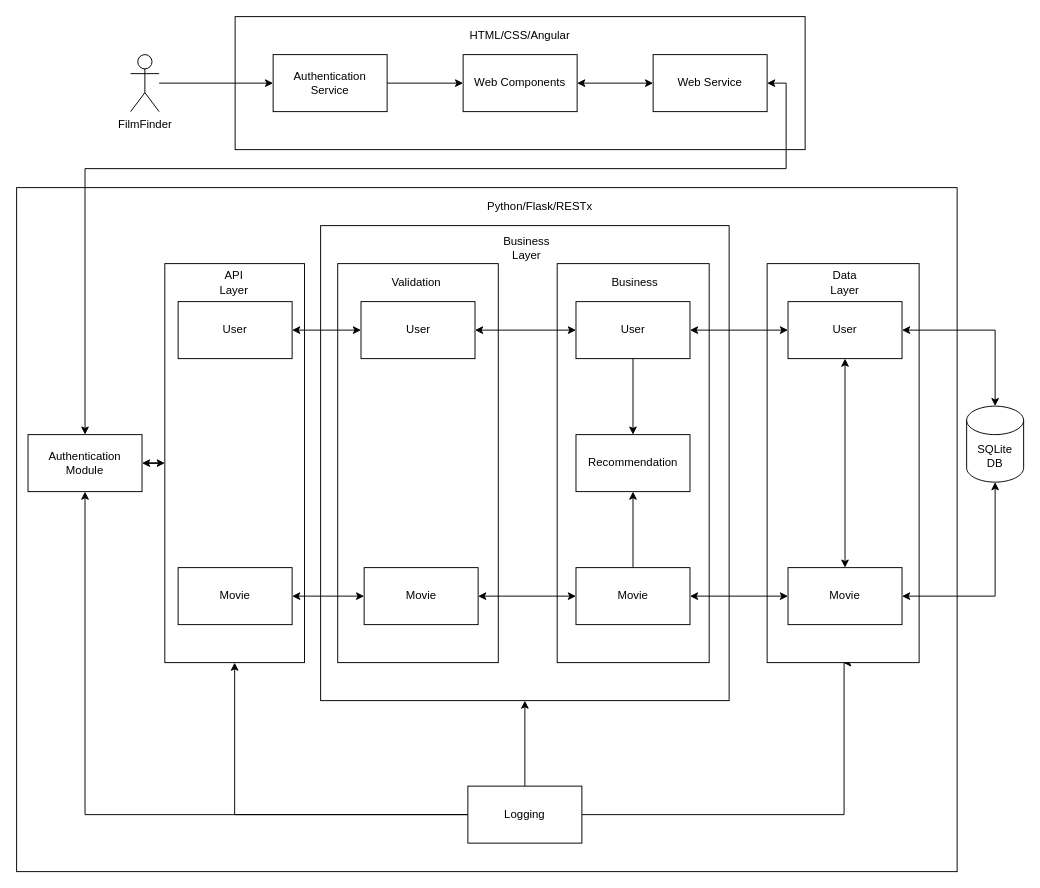
Before: page "Software Architecture" (6 of 6) of layers_screenshot.drawio in unsw-cse-capstone-project/capstone-project-comp9900-h16a-tahelka, a draw.io diagram. Source tidied: cells renumbered, new cells numbered last; positions are measured from the earlier drawing's top-left corner, leaving out a move shared by most shapes. Both pictures are drawn from the tidied source at 95%, with x=0, y=0 at pixel (16, 16).
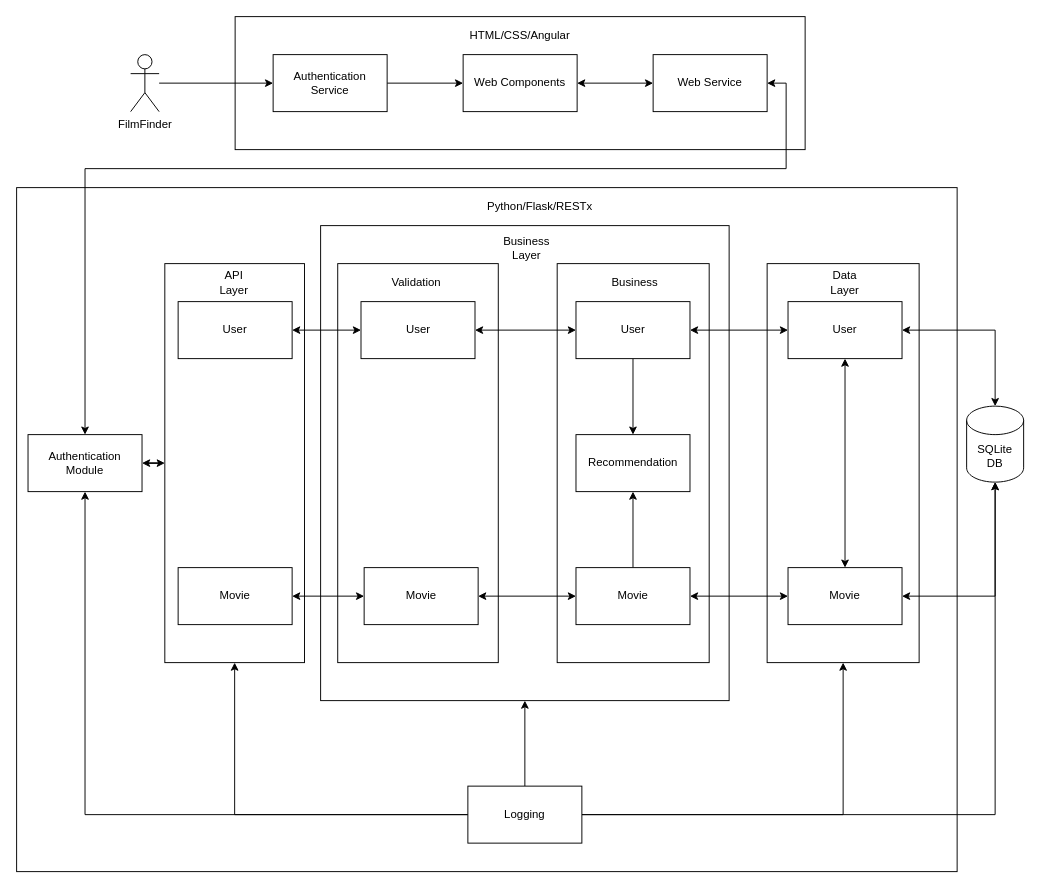
The same diagram, later.

The change refers to these unchanged cells:
```xml
<mxCell id="16" value="SQLite&lt;br&gt;DB" style="shape=cylinder3;whiteSpace=wrap;html=1;boundedLbl=1;backgroundOutline=1;size=15;" parent="1" vertex="1">
  <mxGeometry x="1000" y="410" width="60" height="80" as="geometry" />
</mxCell>
<mxCell id="36" style="rounded=0;whiteSpace=wrap;html=1;" parent="1" vertex="1">
  <mxGeometry x="790" y="260" width="160" height="420" as="geometry" />
</mxCell>
<mxCell id="49" value="Logging" style="rounded=0;whiteSpace=wrap;html=1;" parent="1" vertex="1">
  <mxGeometry x="475" y="810" width="120" height="60" as="geometry" />
</mxCell>
```

What changed in the source:
```diff
@@
     <mxCell id="35" style="edgeStyle=orthogonalEdgeStyle;rounded=0;jettySize=auto;html=1;entryX=1;entryY=0.5;entryDx=0;entryDy=0;startArrow=classic;startFill=1;endArrow=none;endFill=0;exitX=0.5;exitY=1;exitDx=0;exitDy=0;" parent="1" edge="1" source="36" target="49">
       <mxGeometry relative="1" as="geometry">
         <Array as="points">
-          <mxPoint x="871" y="840" />
+          <mxPoint x="870" y="840" />
         </Array>
       </mxGeometry>
     </mxCell>
@@
+    <mxCell id="52" style="edgeStyle=orthogonalEdgeStyle;rounded=0;jettySize=auto;html=1;exitX=1;exitY=0.5;exitDx=0;exitDy=0;entryX=0.5;entryY=1;entryDx=0;entryDy=0;entryPerimeter=0;" parent="1" edge="1" source="49" target="16">
+      <mxGeometry relative="1" as="geometry" />
+    </mxCell>
```
